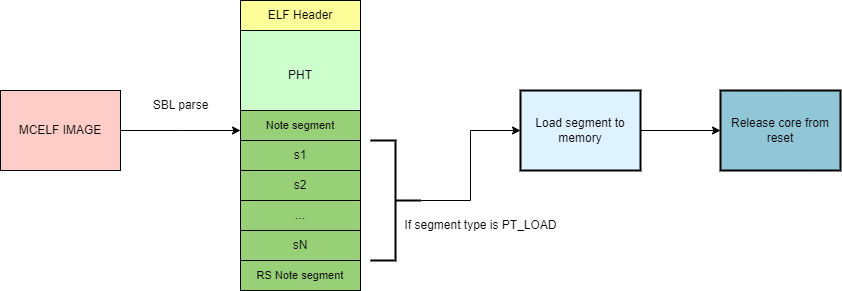
This is docs_src/docs/api_guide/images/bootflow/mcelf_sbl_boot.png from TexasInstruments/mcupsdk-core, a draw.io export, as it was before one commit. Source tidied: cells renumbered, new cells last; positions are measured from the earlier drawing's top-left corner, leaving out a move shared by most shapes. Its diagram source:
```xml
<mxGraphModel>
  <root>
    <mxCell id="0" />
    <mxCell id="1" parent="0" />
    <mxCell id="2" style="edgeStyle=orthogonalEdgeStyle;rounded=0;jettySize=auto;html=1;" parent="1" edge="1" source="3">
      <mxGeometry relative="1" as="geometry">
        <mxPoint x="240" y="130" as="targetPoint" />
      </mxGeometry>
    </mxCell>
    <mxCell id="3" value="MCELF IMAGE" style="rounded=0;whiteSpace=wrap;html=1;fillColor=#FFCDC7;" parent="1" vertex="1">
      <mxGeometry y="90" width="120" height="80" as="geometry" />
    </mxCell>
    <mxCell id="4" value="SBL par&lt;span style=&quot;background-color: initial;&quot;&gt;se&lt;/span&gt;" style="text;html=1;align=center;verticalAlign=middle;strokeColor=none;fillColor=none;" parent="1" vertex="1">
      <mxGeometry x="140" y="90" width="80" height="30" as="geometry" />
    </mxCell>
    <mxCell id="5" style="edgeStyle=orthogonalEdgeStyle;rounded=0;jettySize=auto;html=1;" parent="1" edge="1" source="6" target="8">
      <mxGeometry relative="1" as="geometry" />
    </mxCell>
    <mxCell id="6" style="strokeWidth=2;html=1;shape=mxgraph.flowchart.annotation_2;align=left;labelPosition=right;direction=west;" parent="1" vertex="1">
      <mxGeometry x="370" y="140" width="50" height="120" as="geometry" />
    </mxCell>
    <mxCell id="7" style="edgeStyle=orthogonalEdgeStyle;rounded=0;jettySize=auto;html=1;" parent="1" edge="1" source="8" target="10">
      <mxGeometry relative="1" as="geometry" />
    </mxCell>
    <mxCell id="8" value="Load segment to memory" style="whiteSpace=wrap;html=1;align=center;strokeWidth=2;fillColor=#DEF2FF;" parent="1" vertex="1">
      <mxGeometry x="520" y="90" width="120" height="80" as="geometry" />
    </mxCell>
    <mxCell id="9" value="If segment type is PT_LOAD" style="text;html=1;align=center;verticalAlign=middle;strokeColor=none;fillColor=none;" parent="1" vertex="1">
      <mxGeometry x="390" y="210" width="180" height="30" as="geometry" />
    </mxCell>
    <mxCell id="10" value="Release core from reset" style="whiteSpace=wrap;html=1;strokeWidth=2;fillColor=#90C6D6;" parent="1" vertex="1">
      <mxGeometry x="720" y="90" width="120" height="80" as="geometry" />
    </mxCell>
    <mxCell id="11" style="group;" parent="1" vertex="1">
      <mxGeometry x="240" width="120" height="260" as="geometry" />
    </mxCell>
    <mxCell id="12" value="..." style="rounded=0;whiteSpace=wrap;html=1;fillColor=#97D077;" parent="11" vertex="1">
      <mxGeometry y="200" width="120" height="30" as="geometry" />
    </mxCell>
    <mxCell id="13" value="sN" style="rounded=0;whiteSpace=wrap;html=1;fillColor=#97D077;" parent="11" vertex="1">
      <mxGeometry y="230" width="120" height="30" as="geometry" />
    </mxCell>
    <mxCell id="14" style="edgeStyle=orthogonalEdgeStyle;rounded=0;jettySize=auto;html=1;" parent="11" edge="1" source="15" target="27">
      <mxGeometry relative="1" as="geometry" />
    </mxCell>
    <mxCell id="15" value="s2" style="rounded=0;whiteSpace=wrap;html=1;fillColor=#97D077;" parent="11" vertex="1">
      <mxGeometry y="170" width="120" height="30" as="geometry" />
    </mxCell>
    <mxCell id="16" value="s1" style="rounded=0;whiteSpace=wrap;html=1;fillColor=#97D077;" parent="11" vertex="1">
      <mxGeometry y="140" width="120" height="30" as="geometry" />
    </mxCell>
    <mxCell id="17" style="rounded=0;whiteSpace=wrap;html=1;fillColor=#97D077;" parent="11" vertex="1">
      <mxGeometry y="110" width="120" height="30" as="geometry" />
    </mxCell>
    <mxCell id="18" style="rounded=0;whiteSpace=wrap;html=1;fillColor=#CCFFCC;" parent="11" vertex="1">
      <mxGeometry y="30" width="120" height="80" as="geometry" />
    </mxCell>
    <mxCell id="19" value="ELF Header" style="rounded=0;whiteSpace=wrap;html=1;fillColor=#FFFF99;" parent="11" vertex="1">
      <mxGeometry width="120" height="30" as="geometry" />
    </mxCell>
    <mxCell id="20" style="endArrow=none;html=1;rounded=0;entryX=1;entryY=0.25;entryDx=0;entryDy=0;exitX=0;exitY=0.25;exitDx=0;exitDy=0;" parent="11" edge="1">
      <mxGeometry relative="1" as="geometry">
        <mxPoint y="170" as="sourcePoint" />
        <mxPoint x="120" y="170" as="targetPoint" />
      </mxGeometry>
    </mxCell>
    <mxCell id="21" style="endArrow=none;html=1;rounded=0;entryX=1;entryY=0.25;entryDx=0;entryDy=0;exitX=0;exitY=0.25;exitDx=0;exitDy=0;fillColor=#9AC7BF;" parent="11" edge="1">
      <mxGeometry relative="1" as="geometry">
        <mxPoint y="200" as="sourcePoint" />
        <mxPoint x="120" y="200" as="targetPoint" />
      </mxGeometry>
    </mxCell>
    <mxCell id="22" style="endArrow=none;html=1;rounded=0;entryX=1;entryY=0.25;entryDx=0;entryDy=0;exitX=0;exitY=0.25;exitDx=0;exitDy=0;" parent="11" edge="1">
      <mxGeometry relative="1" as="geometry">
        <mxPoint y="30" as="sourcePoint" />
        <mxPoint x="120" y="30" as="targetPoint" />
      </mxGeometry>
    </mxCell>
    <mxCell id="23" style="endArrow=none;html=1;rounded=0;entryX=1;entryY=0.25;entryDx=0;entryDy=0;exitX=0;exitY=0.25;exitDx=0;exitDy=0;fillColor=#97D077;" parent="11" edge="1">
      <mxGeometry relative="1" as="geometry">
        <mxPoint y="230" as="sourcePoint" />
        <mxPoint x="120" y="230" as="targetPoint" />
      </mxGeometry>
    </mxCell>
    <mxCell id="24" style="endArrow=none;html=1;rounded=0;entryX=1;entryY=0.25;entryDx=0;entryDy=0;exitX=0;exitY=0.25;exitDx=0;exitDy=0;fillColor=#6FE8C4;" parent="11" edge="1">
      <mxGeometry relative="1" as="geometry">
        <mxPoint y="140" as="sourcePoint" />
        <mxPoint x="120" y="140" as="targetPoint" />
      </mxGeometry>
    </mxCell>
    <mxCell id="25" style="endArrow=none;html=1;rounded=0;entryX=1;entryY=0.25;entryDx=0;entryDy=0;exitX=0;exitY=0.25;exitDx=0;exitDy=0;" parent="11" edge="1">
      <mxGeometry relative="1" as="geometry">
        <mxPoint y="110" as="sourcePoint" />
        <mxPoint x="120" y="110" as="targetPoint" />
      </mxGeometry>
    </mxCell>
    <mxCell id="26" value="PHT" style="text;strokeColor=none;align=center;fillColor=none;html=1;verticalAlign=middle;whiteSpace=wrap;rounded=0;" parent="11" vertex="1">
      <mxGeometry x="30" y="60" width="60" height="30" as="geometry" />
    </mxCell>
    <mxCell id="27" value="&lt;font style=&quot;font-size: 11px;&quot;&gt;Note segment&lt;/font&gt;" style="text;strokeColor=none;align=center;fillColor=none;html=1;verticalAlign=middle;whiteSpace=wrap;rounded=0;" parent="11" vertex="1">
      <mxGeometry x="20" y="110" width="80" height="30" as="geometry" />
    </mxCell>
    <mxCell id="28" value="&lt;font style=&quot;font-size: 11px;&quot;&gt;RS Note segment&lt;/font&gt;" style="rounded=0;whiteSpace=wrap;html=1;fillColor=#97D077;" parent="1" vertex="1">
      <mxGeometry x="240" y="260" width="120" height="30" as="geometry" />
    </mxCell>
  </root>
</mxGraphModel>
```
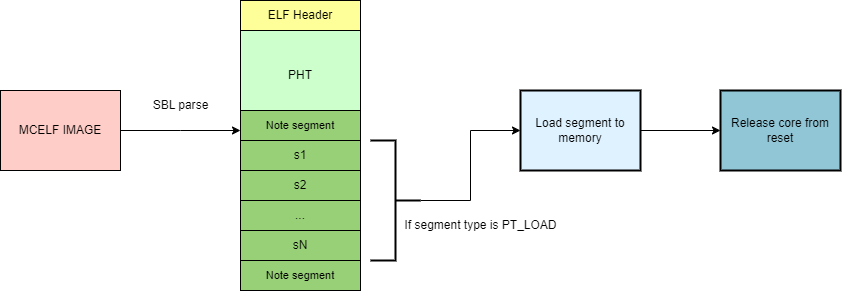
The same diagram one commit later.

Change to the diagram source:
```diff
@@ -100,7 +100,7 @@
     <mxCell id="27" value="&lt;font style=&quot;font-size: 11px;&quot;&gt;Note segment&lt;/font&gt;" style="text;strokeColor=none;align=center;fillColor=none;html=1;verticalAlign=middle;whiteSpace=wrap;rounded=0;" parent="11" vertex="1">
       <mxGeometry x="20" y="110" width="80" height="30" as="geometry" />
     </mxCell>
-    <mxCell id="28" value="&lt;font style=&quot;font-size: 11px;&quot;&gt;RS Note segment&lt;/font&gt;" style="rounded=0;whiteSpace=wrap;html=1;fillColor=#97D077;" parent="1" vertex="1">
+    <mxCell id="28" value="&lt;font style=&quot;font-size: 11px;&quot;&gt;Note segment&lt;/font&gt;" style="rounded=0;whiteSpace=wrap;html=1;fillColor=#97D077;" parent="1" vertex="1">
       <mxGeometry x="240" y="260" width="120" height="30" as="geometry" />
     </mxCell>
   </root>
```
